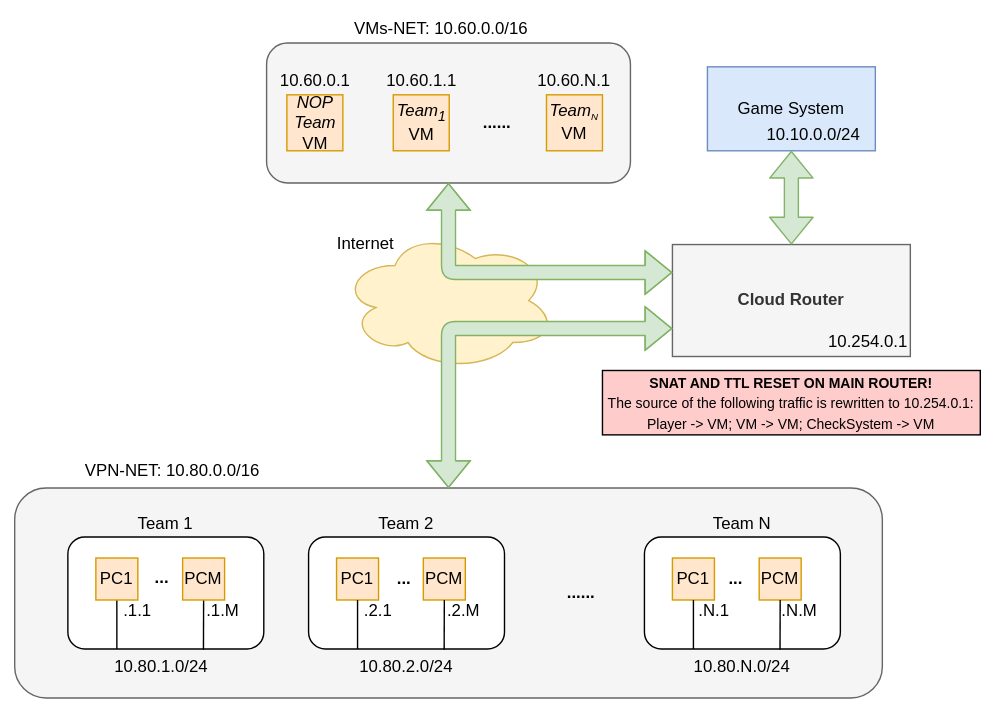
domysh/engineering-thesis keeps this draw.io diagram as images/chapter1/ccit_network.svg. Above is the earlier version. Source tidied: cells renumbered, new cells last; positions are measured from the earlier drawing's top-left corner, leaving out a move shared by most shapes. Its diagram source:
```xml
<mxGraphModel>
  <root>
    <mxCell id="0" />
    <mxCell id="1" parent="0" />
    <mxCell id="2" style="rounded=1;whiteSpace=wrap;html=1;labelPosition=center;verticalLabelPosition=top;align=center;verticalAlign=bottom;fillColor=#f5f5f5;strokeColor=#666666;fontColor=#333333;" parent="1" vertex="1">
      <mxGeometry x="180" y="20" width="260" height="100" as="geometry" />
    </mxCell>
    <mxCell id="3" style="rounded=1;whiteSpace=wrap;html=1;labelPosition=center;verticalLabelPosition=top;align=center;verticalAlign=bottom;fillColor=#f5f5f5;strokeColor=#666666;fontColor=#333333;" parent="1" vertex="1">
      <mxGeometry y="338" width="620" height="150" as="geometry" />
    </mxCell>
    <mxCell id="4" value="Team 1" style="rounded=1;whiteSpace=wrap;html=1;labelPosition=center;verticalLabelPosition=top;align=center;verticalAlign=bottom;" parent="1" vertex="1">
      <mxGeometry x="38" y="373" width="140" height="80" as="geometry" />
    </mxCell>
    <mxCell id="5" value="&lt;b&gt;Cloud Router&lt;/b&gt;" style="rounded=0;whiteSpace=wrap;html=1;labelPosition=center;verticalLabelPosition=middle;align=center;verticalAlign=middle;fillColor=#f5f5f5;strokeColor=#666666;fontColor=#333333;" parent="1" vertex="1">
      <mxGeometry x="470" y="164" width="170" height="80" as="geometry" />
    </mxCell>
    <mxCell id="6" value="VMs-NET: 10.60.0.0/16" style="text;html=1;strokeColor=none;fillColor=none;align=center;verticalAlign=middle;whiteSpace=wrap;rounded=0;" parent="1" vertex="1">
      <mxGeometry x="185" width="240" height="20" as="geometry" />
    </mxCell>
    <mxCell id="7" value="VPN-NET: 10.80.0.0/16" style="text;html=1;strokeColor=none;fillColor=none;align=center;verticalAlign=middle;whiteSpace=wrap;rounded=0;" parent="1" vertex="1">
      <mxGeometry x="48" y="316" width="130" height="20" as="geometry" />
    </mxCell>
    <mxCell id="8" value="10.80.1.0/24" style="text;html=1;strokeColor=none;fillColor=none;align=center;verticalAlign=middle;whiteSpace=wrap;rounded=0;" parent="1" vertex="1">
      <mxGeometry x="40" y="456" width="130" height="20" as="geometry" />
    </mxCell>
    <mxCell id="9" style="endArrow=none;html=1;entryX=0.5;entryY=1;entryDx=0;entryDy=0;exitX=0.25;exitY=1;exitDx=0;exitDy=0;" parent="1" edge="1" source="4">
      <mxGeometry relative="1" as="geometry">
        <mxPoint x="73" y="418" as="targetPoint" />
      </mxGeometry>
    </mxCell>
    <mxCell id="10" value=".1.1" style="text;html=1;strokeColor=none;fillColor=none;align=center;verticalAlign=middle;whiteSpace=wrap;rounded=0;" parent="1" vertex="1">
      <mxGeometry x="68" y="416" width="40" height="20" as="geometry" />
    </mxCell>
    <mxCell id="11" style="endArrow=none;html=1;entryX=0.5;entryY=1;entryDx=0;entryDy=0;exitX=0.692;exitY=1.007;exitDx=0;exitDy=0;exitPerimeter=0;" parent="1" edge="1" source="4">
      <mxGeometry relative="1" as="geometry">
        <mxPoint x="135" y="418" as="targetPoint" />
      </mxGeometry>
    </mxCell>
    <mxCell id="12" value=".1.M" style="text;html=1;strokeColor=none;fillColor=none;align=center;verticalAlign=middle;whiteSpace=wrap;rounded=0;" parent="1" vertex="1">
      <mxGeometry x="129" y="416" width="40" height="20" as="geometry" />
    </mxCell>
    <mxCell id="13" style="ellipse;shape=cloud;whiteSpace=wrap;html=1;fillColor=#fff2cc;strokeColor=#d6b656;labelPosition=left;verticalLabelPosition=top;align=right;verticalAlign=bottom;" parent="1" vertex="1">
      <mxGeometry x="233.5" y="154" width="153" height="100" as="geometry" />
    </mxCell>
    <mxCell id="14" value="&lt;font&gt;&lt;b style=&quot;font-size: 10px&quot;&gt;SNAT AND TTL RESET ON MAIN ROUTER!&lt;/b&gt;&lt;br&gt;&lt;span style=&quot;font-size: 10px&quot;&gt;The source of the following traffic is rewritten to 10.254.0.1:&lt;br&gt;&lt;/span&gt;&lt;span style=&quot;font-size: 10px;&quot;&gt;Player -&amp;gt; VM; VM -&amp;gt; VM; CheckSystem&amp;nbsp;-&amp;gt; VM&lt;/span&gt;&lt;br&gt;&lt;/font&gt;" style="rounded=0;whiteSpace=wrap;html=1;fillColor=#FFCCCC;" parent="1" vertex="1">
      <mxGeometry x="420" y="254" width="270" height="46" as="geometry" />
    </mxCell>
    <mxCell id="15" value="Game System" style="rounded=0;whiteSpace=wrap;html=1;fillColor=#dae8fc;strokeColor=#6c8ebf;" parent="1" vertex="1">
      <mxGeometry x="495" y="37" width="120" height="60" as="geometry" />
    </mxCell>
    <mxCell id="16" value="Team 2" style="rounded=1;whiteSpace=wrap;html=1;labelPosition=center;verticalLabelPosition=top;align=center;verticalAlign=bottom;" parent="1" vertex="1">
      <mxGeometry x="210" y="373" width="140" height="80" as="geometry" />
    </mxCell>
    <mxCell id="17" value="PC1" style="rounded=0;whiteSpace=wrap;html=1;fillColor=#ffe6cc;strokeColor=#d79b00;" parent="1" vertex="1">
      <mxGeometry x="230" y="388" width="30" height="30" as="geometry" />
    </mxCell>
    <mxCell id="18" value="10.80.2.0/24" style="text;html=1;strokeColor=none;fillColor=none;align=center;verticalAlign=middle;whiteSpace=wrap;rounded=0;" parent="1" vertex="1">
      <mxGeometry x="210" y="456" width="140" height="20" as="geometry" />
    </mxCell>
    <mxCell id="19" style="endArrow=none;html=1;entryX=0.5;entryY=1;entryDx=0;entryDy=0;exitX=0.25;exitY=1;exitDx=0;exitDy=0;" parent="1" edge="1" source="16" target="17">
      <mxGeometry relative="1" as="geometry" />
    </mxCell>
    <mxCell id="20" value=".2.1" style="text;html=1;strokeColor=none;fillColor=none;align=center;verticalAlign=middle;whiteSpace=wrap;rounded=0;" parent="1" vertex="1">
      <mxGeometry x="240" y="416" width="40" height="20" as="geometry" />
    </mxCell>
    <mxCell id="21" value="PCM" style="rounded=0;whiteSpace=wrap;html=1;fillColor=#ffe6cc;strokeColor=#d79b00;" parent="1" vertex="1">
      <mxGeometry x="292" y="388" width="30" height="30" as="geometry" />
    </mxCell>
    <mxCell id="22" style="endArrow=none;html=1;entryX=0.5;entryY=1;entryDx=0;entryDy=0;exitX=0.692;exitY=1.007;exitDx=0;exitDy=0;exitPerimeter=0;" parent="1" edge="1" source="16" target="21">
      <mxGeometry relative="1" as="geometry" />
    </mxCell>
    <mxCell id="23" value=".2.M" style="text;html=1;strokeColor=none;fillColor=none;align=center;verticalAlign=middle;whiteSpace=wrap;rounded=0;" parent="1" vertex="1">
      <mxGeometry x="301" y="416" width="40" height="20" as="geometry" />
    </mxCell>
    <mxCell id="24" value="Team N" style="rounded=1;whiteSpace=wrap;html=1;labelPosition=center;verticalLabelPosition=top;align=center;verticalAlign=bottom;" parent="1" vertex="1">
      <mxGeometry x="450" y="373" width="140" height="80" as="geometry" />
    </mxCell>
    <mxCell id="25" value="PC1" style="rounded=0;whiteSpace=wrap;html=1;fillColor=#ffe6cc;strokeColor=#d79b00;" parent="1" vertex="1">
      <mxGeometry x="470" y="388" width="30" height="30" as="geometry" />
    </mxCell>
    <mxCell id="26" value="10.80.N.0/24" style="text;html=1;strokeColor=none;fillColor=none;align=center;verticalAlign=middle;whiteSpace=wrap;rounded=0;imageAlign=center;" parent="1" vertex="1">
      <mxGeometry x="450" y="456" width="140" height="20" as="geometry" />
    </mxCell>
    <mxCell id="27" style="endArrow=none;html=1;entryX=0.5;entryY=1;entryDx=0;entryDy=0;exitX=0.25;exitY=1;exitDx=0;exitDy=0;" parent="1" edge="1" source="24" target="25">
      <mxGeometry relative="1" as="geometry" />
    </mxCell>
    <mxCell id="28" value=".N.1" style="text;html=1;strokeColor=none;fillColor=none;align=center;verticalAlign=middle;whiteSpace=wrap;rounded=0;" parent="1" vertex="1">
      <mxGeometry x="480" y="416" width="40" height="20" as="geometry" />
    </mxCell>
    <mxCell id="29" value="PCM" style="rounded=0;whiteSpace=wrap;html=1;fillColor=#ffe6cc;strokeColor=#d79b00;" parent="1" vertex="1">
      <mxGeometry x="532" y="388" width="30" height="30" as="geometry" />
    </mxCell>
    <mxCell id="30" style="endArrow=none;html=1;entryX=0.5;entryY=1;entryDx=0;entryDy=0;exitX=0.692;exitY=1.007;exitDx=0;exitDy=0;exitPerimeter=0;" parent="1" edge="1" source="24" target="29">
      <mxGeometry relative="1" as="geometry" />
    </mxCell>
    <mxCell id="31" value=".N.M" style="text;html=1;strokeColor=none;fillColor=none;align=center;verticalAlign=middle;whiteSpace=wrap;rounded=0;" parent="1" vertex="1">
      <mxGeometry x="541" y="416" width="40" height="20" as="geometry" />
    </mxCell>
    <mxCell id="32" value="&lt;b&gt;......&lt;/b&gt;" style="text;html=1;strokeColor=none;fillColor=none;align=center;verticalAlign=middle;whiteSpace=wrap;rounded=0;" parent="1" vertex="1">
      <mxGeometry x="385" y="403" width="40" height="20" as="geometry" />
    </mxCell>
    <mxCell id="33" value="10.10.0.0/24" style="text;html=1;strokeColor=none;fillColor=none;align=center;verticalAlign=middle;whiteSpace=wrap;rounded=0;" parent="1" vertex="1">
      <mxGeometry x="541" y="75.5" width="60" height="20" as="geometry" />
    </mxCell>
    <mxCell id="34" style="shape=flexArrow;endArrow=classic;startArrow=classic;html=1;entryX=0;entryY=0.75;entryDx=0;entryDy=0;fillColor=#d5e8d4;strokeColor=#82b366;exitX=0.5;exitY=0;exitDx=0;exitDy=0;" parent="1" edge="1" source="3" target="5">
      <mxGeometry relative="1" as="geometry">
        <Array as="points">
          <mxPoint x="310" y="224" />
        </Array>
      </mxGeometry>
    </mxCell>
    <mxCell id="35" style="shape=flexArrow;endArrow=classic;startArrow=classic;html=1;entryX=0.5;entryY=0;entryDx=0;entryDy=0;exitX=0.5;exitY=1;exitDx=0;exitDy=0;fillColor=#d5e8d4;strokeColor=#82b366;" parent="1" edge="1" source="15" target="5">
      <mxGeometry relative="1" as="geometry" />
    </mxCell>
    <mxCell id="36" style="shape=flexArrow;endArrow=classic;startArrow=classic;html=1;entryX=0;entryY=0.25;entryDx=0;entryDy=0;fillColor=#d5e8d4;strokeColor=#82b366;" parent="1" edge="1" target="5">
      <mxGeometry relative="1" as="geometry">
        <mxPoint x="310" y="120" as="sourcePoint" />
        <Array as="points">
          <mxPoint x="310" y="184" />
        </Array>
      </mxGeometry>
    </mxCell>
    <mxCell id="37" value="PCM" style="rounded=0;whiteSpace=wrap;html=1;fillColor=#ffe6cc;strokeColor=#d79b00;" parent="1" vertex="1">
      <mxGeometry x="120" y="388" width="30" height="30" as="geometry" />
    </mxCell>
    <mxCell id="38" value="PC1" style="rounded=0;whiteSpace=wrap;html=1;fillColor=#ffe6cc;strokeColor=#d79b00;" parent="1" vertex="1">
      <mxGeometry x="58" y="388" width="30" height="30" as="geometry" />
    </mxCell>
    <mxCell id="39" value="&lt;b&gt;...&lt;/b&gt;" style="text;html=1;strokeColor=none;fillColor=none;align=center;verticalAlign=middle;whiteSpace=wrap;rounded=0;" parent="1" vertex="1">
      <mxGeometry x="92.5" y="392" width="25" height="20" as="geometry" />
    </mxCell>
    <mxCell id="40" value="&lt;b&gt;...&lt;/b&gt;" style="text;html=1;strokeColor=none;fillColor=none;align=center;verticalAlign=middle;whiteSpace=wrap;rounded=0;" parent="1" vertex="1">
      <mxGeometry x="265.5" y="393" width="25" height="19" as="geometry" />
    </mxCell>
    <mxCell id="41" value="&lt;b&gt;...&lt;/b&gt;" style="text;html=1;strokeColor=none;fillColor=none;align=center;verticalAlign=middle;whiteSpace=wrap;rounded=0;" parent="1" vertex="1">
      <mxGeometry x="503" y="393" width="25" height="19" as="geometry" />
    </mxCell>
    <mxCell id="42" value="10.254.0.1" style="text;html=1;strokeColor=none;fillColor=none;align=center;verticalAlign=middle;whiteSpace=wrap;rounded=0;" parent="1" vertex="1">
      <mxGeometry x="580" y="224" width="60" height="20" as="geometry" />
    </mxCell>
    <mxCell id="43" value="Internet" style="text;html=1;strokeColor=none;fillColor=none;align=center;verticalAlign=middle;whiteSpace=wrap;rounded=0;" parent="1" vertex="1">
      <mxGeometry x="231" y="154" width="40" height="20" as="geometry" />
    </mxCell>
    <mxCell id="44" value="&lt;i&gt;NOP Team&lt;br&gt;&lt;/i&gt;VM" style="rounded=0;whiteSpace=wrap;html=1;fillColor=#ffe6cc;strokeColor=#d79b00;" parent="1" vertex="1">
      <mxGeometry x="194.5" y="57" width="40" height="40" as="geometry" />
    </mxCell>
    <mxCell id="45" value="10.60.0.1" style="text;html=1;strokeColor=none;fillColor=none;align=center;verticalAlign=middle;whiteSpace=wrap;rounded=0;" parent="1" vertex="1">
      <mxGeometry x="194.5" y="37" width="40" height="20" as="geometry" />
    </mxCell>
    <mxCell id="46" value="&lt;i&gt;Team&lt;sub&gt;1&lt;/sub&gt;&lt;br&gt;&lt;/i&gt;VM" style="rounded=0;whiteSpace=wrap;html=1;fillColor=#ffe6cc;strokeColor=#d79b00;" parent="1" vertex="1">
      <mxGeometry x="270.5" y="57" width="40" height="40" as="geometry" />
    </mxCell>
    <mxCell id="47" value="10.60.1.1" style="text;html=1;strokeColor=none;fillColor=none;align=center;verticalAlign=middle;whiteSpace=wrap;rounded=0;" parent="1" vertex="1">
      <mxGeometry x="270.5" y="37" width="40" height="20" as="geometry" />
    </mxCell>
    <mxCell id="48" value="&lt;i&gt;Team&lt;span style=&quot;font-size: 8.33333px;&quot;&gt;&lt;sub&gt;N&lt;/sub&gt;&lt;/span&gt;&lt;br&gt;&lt;/i&gt;VM" style="rounded=0;whiteSpace=wrap;html=1;fillColor=#ffe6cc;strokeColor=#d79b00;" parent="1" vertex="1">
      <mxGeometry x="380" y="57" width="40" height="40" as="geometry" />
    </mxCell>
    <mxCell id="49" value="&lt;b&gt;......&lt;/b&gt;" style="text;html=1;strokeColor=none;fillColor=none;align=center;verticalAlign=middle;whiteSpace=wrap;rounded=0;" parent="1" vertex="1">
      <mxGeometry x="314.5" y="57" width="60" height="40" as="geometry" />
    </mxCell>
    <mxCell id="50" value="10.60.N.1" style="text;html=1;strokeColor=none;fillColor=none;align=center;verticalAlign=middle;whiteSpace=wrap;rounded=0;" parent="1" vertex="1">
      <mxGeometry x="380" y="37" width="40" height="20" as="geometry" />
    </mxCell>
  </root>
</mxGraphModel>
```
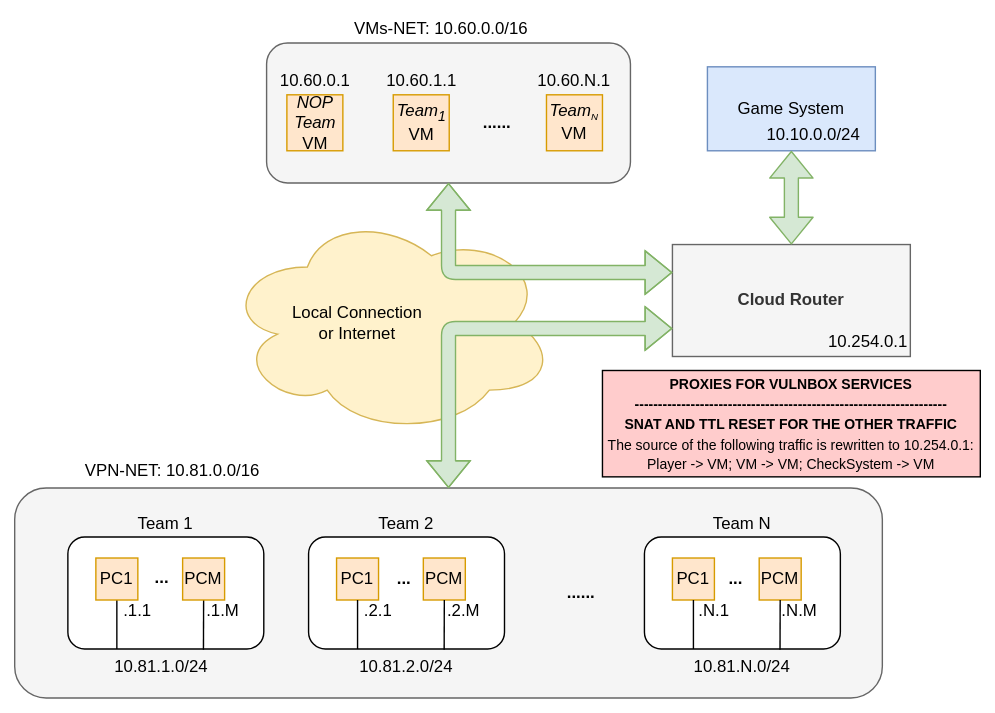
After the change.

What changed in the source:
```diff
@@ -17,10 +17,10 @@
     <mxCell id="6" value="VMs-NET: 10.60.0.0/16" style="text;html=1;strokeColor=none;fillColor=none;align=center;verticalAlign=middle;whiteSpace=wrap;rounded=0;" parent="1" vertex="1">
       <mxGeometry x="185" width="240" height="20" as="geometry" />
     </mxCell>
-    <mxCell id="7" value="VPN-NET: 10.80.0.0/16" style="text;html=1;strokeColor=none;fillColor=none;align=center;verticalAlign=middle;whiteSpace=wrap;rounded=0;" parent="1" vertex="1">
+    <mxCell id="7" value="VPN-NET: 10.81.0.0/16" style="text;html=1;strokeColor=none;fillColor=none;align=center;verticalAlign=middle;whiteSpace=wrap;rounded=0;" parent="1" vertex="1">
       <mxGeometry x="48" y="316" width="130" height="20" as="geometry" />
     </mxCell>
-    <mxCell id="8" value="10.80.1.0/24" style="text;html=1;strokeColor=none;fillColor=none;align=center;verticalAlign=middle;whiteSpace=wrap;rounded=0;" parent="1" vertex="1">
+    <mxCell id="8" value="10.81.1.0/24" style="text;html=1;strokeColor=none;fillColor=none;align=center;verticalAlign=middle;whiteSpace=wrap;rounded=0;" parent="1" vertex="1">
       <mxGeometry x="40" y="456" width="130" height="20" as="geometry" />
     </mxCell>
     <mxCell id="9" style="endArrow=none;html=1;entryX=0.5;entryY=1;entryDx=0;entryDy=0;exitX=0.25;exitY=1;exitDx=0;exitDy=0;" parent="1" edge="1" source="4">
@@ -40,10 +40,10 @@
       <mxGeometry x="129" y="416" width="40" height="20" as="geometry" />
     </mxCell>
     <mxCell id="13" style="ellipse;shape=cloud;whiteSpace=wrap;html=1;fillColor=#fff2cc;strokeColor=#d6b656;labelPosition=left;verticalLabelPosition=top;align=right;verticalAlign=bottom;" parent="1" vertex="1">
-      <mxGeometry x="233.5" y="154" width="153" height="100" as="geometry" />
+      <mxGeometry x="150" y="140" width="236.5" height="160" as="geometry" />
     </mxCell>
-    <mxCell id="14" value="&lt;font&gt;&lt;b style=&quot;font-size: 10px&quot;&gt;SNAT AND TTL RESET ON MAIN ROUTER!&lt;/b&gt;&lt;br&gt;&lt;span style=&quot;font-size: 10px&quot;&gt;The source of the following traffic is rewritten to 10.254.0.1:&lt;br&gt;&lt;/span&gt;&lt;span style=&quot;font-size: 10px;&quot;&gt;Player -&amp;gt; VM; VM -&amp;gt; VM; CheckSystem&amp;nbsp;-&amp;gt; VM&lt;/span&gt;&lt;br&gt;&lt;/font&gt;" style="rounded=0;whiteSpace=wrap;html=1;fillColor=#FFCCCC;" parent="1" vertex="1">
-      <mxGeometry x="420" y="254" width="270" height="46" as="geometry" />
+    <mxCell id="14" value="&lt;font&gt;&lt;b style=&quot;font-size: 10px&quot;&gt;PROXIES FOR VULNBOX SERVICES&lt;/b&gt;&lt;/font&gt;&lt;div&gt;&lt;font&gt;&lt;b style=&quot;font-size: 10px&quot;&gt;-------------------------------------------------------------------&lt;br&gt;SNAT AND TTL RESET FOR THE OTHER TRAFFIC&lt;/b&gt;&lt;br&gt;&lt;span style=&quot;font-size: 10px&quot;&gt;The source of the following traffic is rewritten to 10.254.0.1:&lt;br&gt;&lt;/span&gt;&lt;span style=&quot;font-size: 10px;&quot;&gt;Player -&amp;gt; VM; VM -&amp;gt; VM; CheckSystem&amp;nbsp;-&amp;gt; VM&lt;/span&gt;&lt;br&gt;&lt;/font&gt;&lt;/div&gt;" style="rounded=0;whiteSpace=wrap;html=1;fillColor=#FFCCCC;" parent="1" vertex="1">
+      <mxGeometry x="420" y="254" width="270" height="76" as="geometry" />
     </mxCell>
     <mxCell id="15" value="Game System" style="rounded=0;whiteSpace=wrap;html=1;fillColor=#dae8fc;strokeColor=#6c8ebf;" parent="1" vertex="1">
       <mxGeometry x="495" y="37" width="120" height="60" as="geometry" />
@@ -54,7 +54,7 @@
     <mxCell id="17" value="PC1" style="rounded=0;whiteSpace=wrap;html=1;fillColor=#ffe6cc;strokeColor=#d79b00;" parent="1" vertex="1">
       <mxGeometry x="230" y="388" width="30" height="30" as="geometry" />
     </mxCell>
-    <mxCell id="18" value="10.80.2.0/24" style="text;html=1;strokeColor=none;fillColor=none;align=center;verticalAlign=middle;whiteSpace=wrap;rounded=0;" parent="1" vertex="1">
+    <mxCell id="18" value="10.81.2.0/24" style="text;html=1;strokeColor=none;fillColor=none;align=center;verticalAlign=middle;whiteSpace=wrap;rounded=0;" parent="1" vertex="1">
       <mxGeometry x="210" y="456" width="140" height="20" as="geometry" />
     </mxCell>
     <mxCell id="19" style="endArrow=none;html=1;entryX=0.5;entryY=1;entryDx=0;entryDy=0;exitX=0.25;exitY=1;exitDx=0;exitDy=0;" parent="1" edge="1" source="16" target="17">
@@ -78,7 +78,7 @@
     <mxCell id="25" value="PC1" style="rounded=0;whiteSpace=wrap;html=1;fillColor=#ffe6cc;strokeColor=#d79b00;" parent="1" vertex="1">
       <mxGeometry x="470" y="388" width="30" height="30" as="geometry" />
     </mxCell>
-    <mxCell id="26" value="10.80.N.0/24" style="text;html=1;strokeColor=none;fillColor=none;align=center;verticalAlign=middle;whiteSpace=wrap;rounded=0;imageAlign=center;" parent="1" vertex="1">
+    <mxCell id="26" value="10.81.N.0/24" style="text;html=1;strokeColor=none;fillColor=none;align=center;verticalAlign=middle;whiteSpace=wrap;rounded=0;imageAlign=center;" parent="1" vertex="1">
       <mxGeometry x="450" y="456" width="140" height="20" as="geometry" />
     </mxCell>
     <mxCell id="27" style="endArrow=none;html=1;entryX=0.5;entryY=1;entryDx=0;entryDy=0;exitX=0.25;exitY=1;exitDx=0;exitDy=0;" parent="1" edge="1" source="24" target="25">
@@ -138,8 +138,8 @@
     <mxCell id="42" value="10.254.0.1" style="text;html=1;strokeColor=none;fillColor=none;align=center;verticalAlign=middle;whiteSpace=wrap;rounded=0;" parent="1" vertex="1">
       <mxGeometry x="580" y="224" width="60" height="20" as="geometry" />
     </mxCell>
-    <mxCell id="43" value="Internet" style="text;html=1;strokeColor=none;fillColor=none;align=center;verticalAlign=middle;whiteSpace=wrap;rounded=0;" parent="1" vertex="1">
-      <mxGeometry x="231" y="154" width="40" height="20" as="geometry" />
+    <mxCell id="43" value="Local Connection&lt;div&gt;or Internet&lt;/div&gt;" style="text;html=1;strokeColor=none;fillColor=none;align=center;verticalAlign=middle;whiteSpace=wrap;rounded=0;" parent="1" vertex="1">
+      <mxGeometry x="180" y="160" width="130" height="120" as="geometry" />
     </mxCell>
     <mxCell id="44" value="&lt;i&gt;NOP Team&lt;br&gt;&lt;/i&gt;VM" style="rounded=0;whiteSpace=wrap;html=1;fillColor=#ffe6cc;strokeColor=#d79b00;" parent="1" vertex="1">
       <mxGeometry x="194.5" y="57" width="40" height="40" as="geometry" />
```
